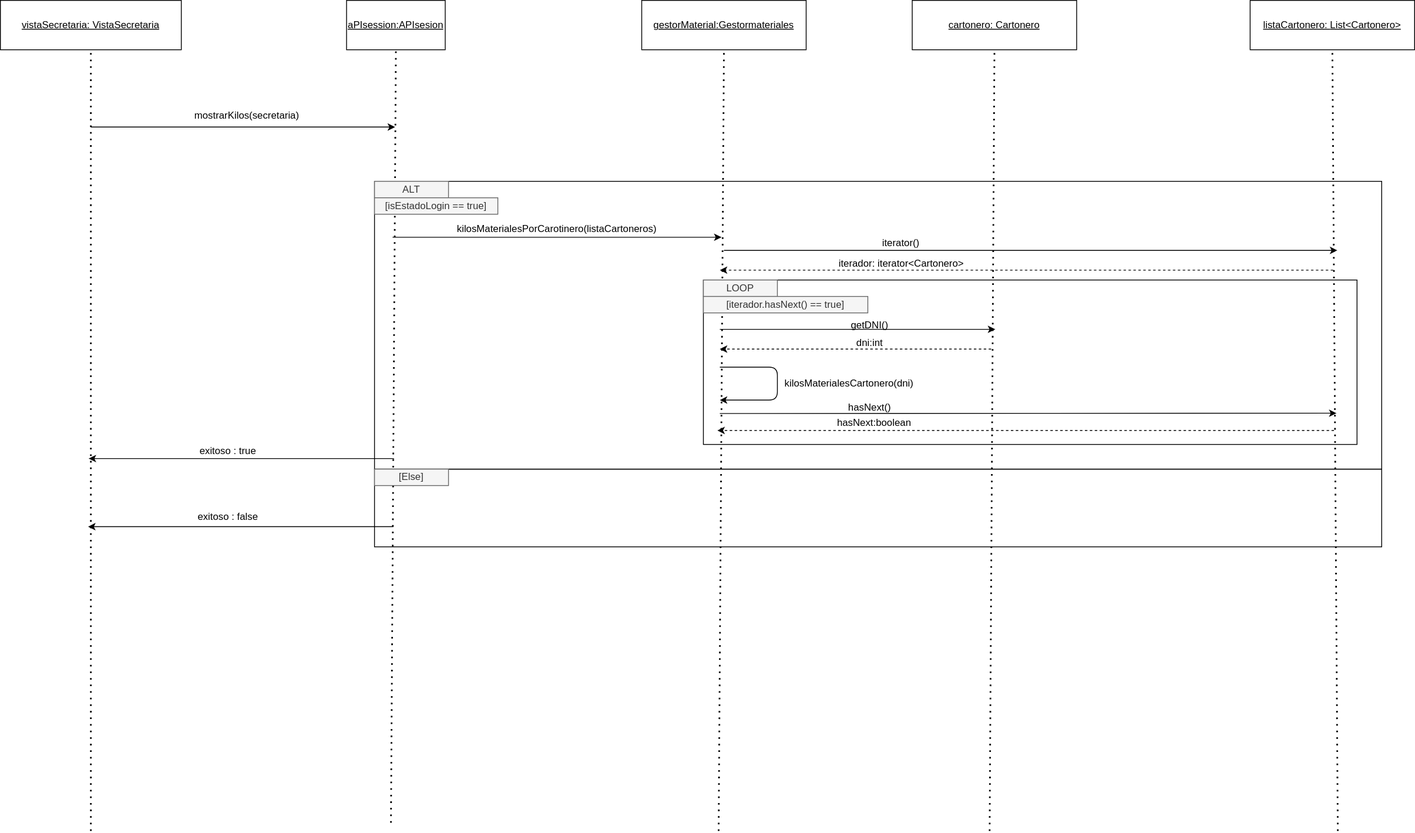
Earlier version of the draw.io export Sprint -2/Entrega/6_Diagramas/Diagrama-Secuencia/listarMateriales.svg (Beltonidas/Trabajo-Especial-MDS-2021). Source tidied: cells renumbered, new cells last; positions are measured from the earlier drawing's top-left corner, leaving out a move shared by most shapes. The source it was exported from:
```xml
<mxGraphModel>
  <root>
    <mxCell id="0" />
    <mxCell id="1" parent="0" />
    <mxCell id="2" style="rounded=0;whiteSpace=wrap;html=1;fillColor=none;" parent="1" vertex="1">
      <mxGeometry x="455" y="570" width="1225" height="94.5" as="geometry" />
    </mxCell>
    <mxCell id="3" style="rounded=0;whiteSpace=wrap;html=1;fillColor=none;" parent="1" vertex="1">
      <mxGeometry x="455" y="220" width="1225" height="350" as="geometry" />
    </mxCell>
    <mxCell id="4" value="&lt;u&gt;aPIsession:APIsesion&lt;/u&gt;" style="rounded=0;whiteSpace=wrap;html=1;" parent="1" vertex="1">
      <mxGeometry x="421" width="120" height="60" as="geometry" />
    </mxCell>
    <mxCell id="5" value="&lt;u&gt;vistaSecretaria: VistaSecretaria&lt;/u&gt;" style="rounded=0;whiteSpace=wrap;html=1;" parent="1" vertex="1">
      <mxGeometry width="220" height="60" as="geometry" />
    </mxCell>
    <mxCell id="6" value="&lt;u&gt;gestorMaterial:Gestormateriales&lt;/u&gt;" style="rounded=0;whiteSpace=wrap;html=1;" parent="1" vertex="1">
      <mxGeometry x="780" width="200" height="60" as="geometry" />
    </mxCell>
    <mxCell id="7" style="endArrow=classic;html=1;" parent="1" edge="1">
      <mxGeometry relative="1" as="geometry">
        <mxPoint x="110" y="154" as="sourcePoint" />
        <mxPoint x="480" y="154" as="targetPoint" />
      </mxGeometry>
    </mxCell>
    <mxCell id="8" value="mostrarKilos(secretaria)" style="text;html=1;strokeColor=none;fillColor=none;align=center;verticalAlign=middle;whiteSpace=wrap;rounded=0;" parent="1" vertex="1">
      <mxGeometry x="230" y="130" width="140" height="20" as="geometry" />
    </mxCell>
    <mxCell id="9" value="&lt;u&gt;cartonero: Cartonero&lt;/u&gt;" style="rounded=0;whiteSpace=wrap;html=1;" parent="1" vertex="1">
      <mxGeometry x="1109" width="200" height="60" as="geometry" />
    </mxCell>
    <mxCell id="10" style="endArrow=none;dashed=1;html=1;dashPattern=1 3;strokeWidth=2;entryX=0.5;entryY=1;entryDx=0;entryDy=0;exitX=0.745;exitY=1;exitDx=0;exitDy=0;exitPerimeter=0;" parent="1" edge="1" target="9">
      <mxGeometry relative="1" as="geometry">
        <mxPoint x="1203.1" y="1010" as="sourcePoint" />
      </mxGeometry>
    </mxCell>
    <mxCell id="11" style="endArrow=classic;html=1;" parent="1" edge="1">
      <mxGeometry relative="1" as="geometry">
        <mxPoint x="477" y="288" as="sourcePoint" />
        <mxPoint x="877" y="288" as="targetPoint" />
      </mxGeometry>
    </mxCell>
    <mxCell id="12" style="endArrow=none;dashed=1;html=1;dashPattern=1 3;strokeWidth=2;entryX=0.5;entryY=1;entryDx=0;entryDy=0;exitX=0.58;exitY=1;exitDx=0;exitDy=0;exitPerimeter=0;" parent="1" edge="1" target="6">
      <mxGeometry relative="1" as="geometry">
        <mxPoint x="873.5" y="1010" as="sourcePoint" />
      </mxGeometry>
    </mxCell>
    <mxCell id="13" value="kilosMaterialesPorCarotinero(listaCartoneros)" style="text;html=1;strokeColor=none;fillColor=none;align=center;verticalAlign=middle;whiteSpace=wrap;rounded=0;" parent="1" vertex="1">
      <mxGeometry x="559" y="268" width="236" height="20" as="geometry" />
    </mxCell>
    <mxCell id="14" style="rounded=0;whiteSpace=wrap;html=1;fillColor=none;" parent="1" vertex="1">
      <mxGeometry x="855" y="340" width="795" height="200" as="geometry" />
    </mxCell>
    <mxCell id="15" value="LOOP" style="text;html=1;strokeColor=#666666;fillColor=#f5f5f5;align=center;verticalAlign=middle;whiteSpace=wrap;rounded=0;fontColor=#333333;" parent="1" vertex="1">
      <mxGeometry x="855" y="340" width="90" height="20" as="geometry" />
    </mxCell>
    <mxCell id="16" value="[iterador.hasNext() == true]" style="text;html=1;strokeColor=#666666;fillColor=#f5f5f5;align=center;verticalAlign=middle;whiteSpace=wrap;rounded=0;fontColor=#333333;" parent="1" vertex="1">
      <mxGeometry x="855" y="360" width="200" height="20" as="geometry" />
    </mxCell>
    <mxCell id="17" style="endArrow=classic;html=1;" parent="1" edge="1">
      <mxGeometry relative="1" as="geometry">
        <mxPoint x="478.7" y="557.2" as="sourcePoint" />
        <mxPoint x="107.3" y="557.2" as="targetPoint" />
      </mxGeometry>
    </mxCell>
    <mxCell id="18" value="exitoso : true" style="text;html=1;strokeColor=none;fillColor=none;align=center;verticalAlign=middle;whiteSpace=wrap;rounded=0;" parent="1" vertex="1">
      <mxGeometry x="159" y="540" width="236" height="15" as="geometry" />
    </mxCell>
    <mxCell id="19" style="endArrow=classic;html=1;" parent="1" edge="1">
      <mxGeometry relative="1" as="geometry">
        <mxPoint x="478" y="640" as="sourcePoint" />
        <mxPoint x="106.6" y="640" as="targetPoint" />
      </mxGeometry>
    </mxCell>
    <mxCell id="20" value="exitoso : false" style="text;html=1;strokeColor=none;fillColor=none;align=center;verticalAlign=middle;whiteSpace=wrap;rounded=0;" parent="1" vertex="1">
      <mxGeometry x="159" y="620" width="236" height="15" as="geometry" />
    </mxCell>
    <mxCell id="21" style="endArrow=none;dashed=1;html=1;dashPattern=1 3;strokeWidth=2;entryX=0.5;entryY=1;entryDx=0;entryDy=0;" parent="1" edge="1" target="4">
      <mxGeometry relative="1" as="geometry">
        <mxPoint x="475" y="1000" as="sourcePoint" />
      </mxGeometry>
    </mxCell>
    <mxCell id="22" style="endArrow=none;dashed=1;html=1;dashPattern=1 3;strokeWidth=2;entryX=0.5;entryY=1;entryDx=0;entryDy=0;" parent="1" edge="1" target="5">
      <mxGeometry relative="1" as="geometry">
        <mxPoint x="110" y="1010" as="sourcePoint" />
      </mxGeometry>
    </mxCell>
    <mxCell id="23" style="endArrow=classic;html=1;" parent="1" edge="1">
      <mxGeometry relative="1" as="geometry">
        <mxPoint x="875" y="446" as="sourcePoint" />
        <mxPoint x="875" y="486" as="targetPoint" />
        <Array as="points">
          <mxPoint x="945" y="446" />
          <mxPoint x="945" y="486" />
        </Array>
      </mxGeometry>
    </mxCell>
    <mxCell id="24" value="kilosMaterialesCartonero(dni)" style="text;html=1;strokeColor=none;fillColor=none;align=center;verticalAlign=middle;whiteSpace=wrap;rounded=0;" parent="1" vertex="1">
      <mxGeometry x="945" y="456" width="175" height="20" as="geometry" />
    </mxCell>
    <mxCell id="25" value="ALT" style="text;html=1;strokeColor=#666666;fillColor=#f5f5f5;align=center;verticalAlign=middle;whiteSpace=wrap;rounded=0;fontColor=#333333;" parent="1" vertex="1">
      <mxGeometry x="455" y="220" width="90" height="20" as="geometry" />
    </mxCell>
    <mxCell id="26" value="[isEstadoLogin == true]" style="text;html=1;strokeColor=#666666;fillColor=#f5f5f5;align=center;verticalAlign=middle;whiteSpace=wrap;rounded=0;fontColor=#333333;" parent="1" vertex="1">
      <mxGeometry x="455" y="240" width="150" height="20" as="geometry" />
    </mxCell>
    <mxCell id="27" value="[Else]" style="text;html=1;strokeColor=#666666;fillColor=#f5f5f5;align=center;verticalAlign=middle;whiteSpace=wrap;rounded=0;fontColor=#333333;" parent="1" vertex="1">
      <mxGeometry x="455" y="570" width="90" height="20" as="geometry" />
    </mxCell>
    <mxCell id="28" value="&lt;u&gt;listaCartonero:&amp;nbsp;&lt;/u&gt;&lt;u&gt;List&amp;lt;Cartonero&amp;gt;&lt;/u&gt;" style="rounded=0;whiteSpace=wrap;html=1;" parent="1" vertex="1">
      <mxGeometry x="1520" width="200" height="60" as="geometry" />
    </mxCell>
    <mxCell id="29" style="endArrow=none;dashed=1;html=1;dashPattern=1 3;strokeWidth=2;entryX=0.5;entryY=1;entryDx=0;entryDy=0;exitX=0.957;exitY=1;exitDx=0;exitDy=0;exitPerimeter=0;" parent="1" edge="1" target="28">
      <mxGeometry relative="1" as="geometry">
        <mxPoint x="1626.6" y="1010" as="sourcePoint" />
      </mxGeometry>
    </mxCell>
    <mxCell id="30" style="endArrow=classic;html=1;" parent="1" edge="1">
      <mxGeometry relative="1" as="geometry">
        <mxPoint x="880" y="304" as="sourcePoint" />
        <mxPoint x="1626" y="304" as="targetPoint" />
        <Array as="points">
          <mxPoint x="1105" y="304" />
          <mxPoint x="1334" y="304" />
        </Array>
      </mxGeometry>
    </mxCell>
    <mxCell id="31" value="iterator()" style="text;html=1;strokeColor=none;fillColor=none;align=center;verticalAlign=middle;whiteSpace=wrap;rounded=0;" parent="1" vertex="1">
      <mxGeometry x="1030" y="290" width="131" height="10" as="geometry" />
    </mxCell>
    <mxCell id="32" style="endArrow=classic;html=1;dashed=1;" parent="1" edge="1">
      <mxGeometry relative="1" as="geometry">
        <mxPoint x="1621" y="328" as="sourcePoint" />
        <mxPoint x="875" y="328" as="targetPoint" />
      </mxGeometry>
    </mxCell>
    <mxCell id="33" value="iterador: iterator&amp;lt;Cartonero&amp;gt;" style="text;html=1;strokeColor=none;fillColor=none;align=center;verticalAlign=middle;whiteSpace=wrap;rounded=0;" parent="1" vertex="1">
      <mxGeometry x="987" y="310" width="218" height="20" as="geometry" />
    </mxCell>
    <mxCell id="34" style="endArrow=classic;html=1;exitX=0.057;exitY=0.782;exitDx=0;exitDy=0;exitPerimeter=0;" parent="1" edge="1">
      <mxGeometry relative="1" as="geometry">
        <mxPoint x="875" y="502.3" as="sourcePoint" />
        <mxPoint x="1625" y="502" as="targetPoint" />
      </mxGeometry>
    </mxCell>
    <mxCell id="35" value="hasNext()" style="text;html=1;strokeColor=none;fillColor=none;align=center;verticalAlign=middle;whiteSpace=wrap;rounded=0;" parent="1" vertex="1">
      <mxGeometry x="992" y="488" width="131" height="14" as="geometry" />
    </mxCell>
    <mxCell id="36" style="endArrow=classic;html=1;dashed=1;" parent="1" edge="1">
      <mxGeometry relative="1" as="geometry">
        <mxPoint x="1622" y="523" as="sourcePoint" />
        <mxPoint x="872" y="523" as="targetPoint" />
      </mxGeometry>
    </mxCell>
    <mxCell id="37" value="hasNext:boolean" style="text;html=1;strokeColor=none;fillColor=none;align=center;verticalAlign=middle;whiteSpace=wrap;rounded=0;" parent="1" vertex="1">
      <mxGeometry x="1003" y="504" width="120" height="20" as="geometry" />
    </mxCell>
    <mxCell id="38" style="endArrow=classic;html=1;" parent="1" edge="1">
      <mxGeometry relative="1" as="geometry">
        <mxPoint x="875" y="400" as="sourcePoint" />
        <mxPoint x="1210" y="400" as="targetPoint" />
      </mxGeometry>
    </mxCell>
    <mxCell id="39" style="endArrow=classic;html=1;dashed=1;" parent="1" edge="1">
      <mxGeometry relative="1" as="geometry">
        <mxPoint x="1205" y="424" as="sourcePoint" />
        <mxPoint x="875" y="424" as="targetPoint" />
      </mxGeometry>
    </mxCell>
    <mxCell id="40" value="getDNI()" style="text;html=1;strokeColor=none;fillColor=none;align=center;verticalAlign=middle;whiteSpace=wrap;rounded=0;" parent="1" vertex="1">
      <mxGeometry x="992" y="388" width="131" height="14" as="geometry" />
    </mxCell>
    <mxCell id="41" value="dni:int" style="text;html=1;strokeColor=none;fillColor=none;align=center;verticalAlign=middle;whiteSpace=wrap;rounded=0;" parent="1" vertex="1">
      <mxGeometry x="992" y="410" width="131" height="14" as="geometry" />
    </mxCell>
  </root>
</mxGraphModel>
```
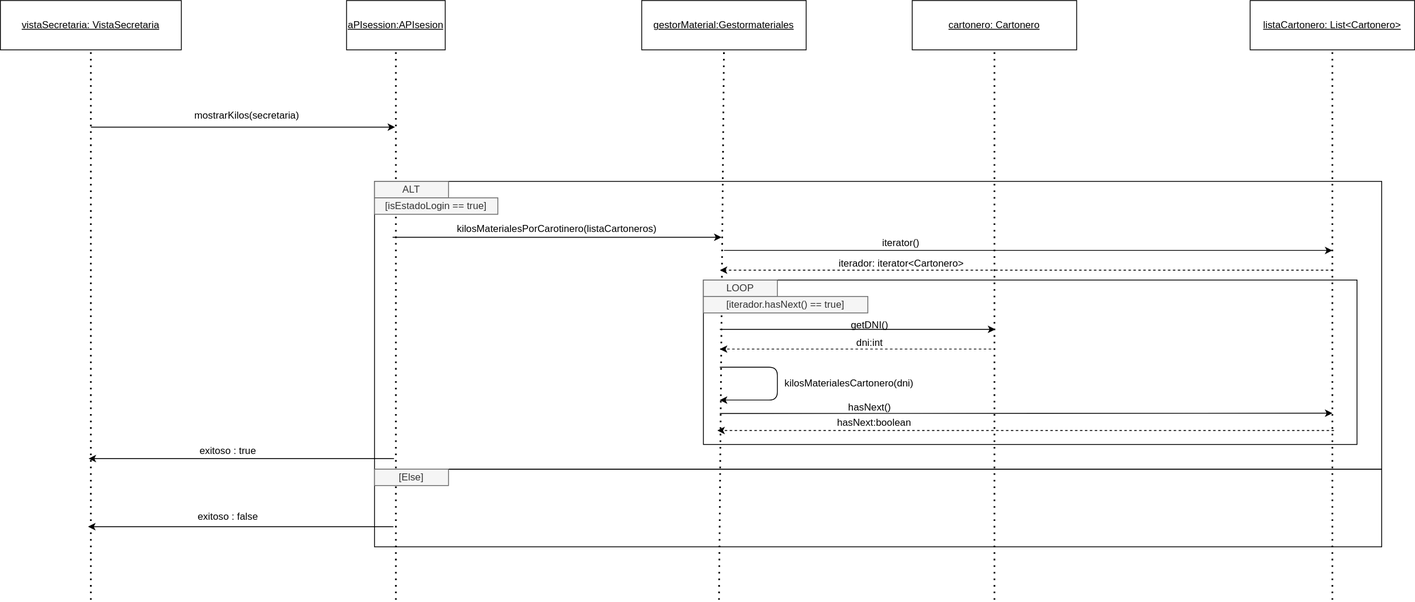
The same file after the commit.

The edit, as a diff of the source:
```diff
@@ -29,9 +29,9 @@
     <mxCell id="9" value="&lt;u&gt;cartonero: Cartonero&lt;/u&gt;" style="rounded=0;whiteSpace=wrap;html=1;" parent="1" vertex="1">
       <mxGeometry x="1109" width="200" height="60" as="geometry" />
     </mxCell>
-    <mxCell id="10" style="endArrow=none;dashed=1;html=1;dashPattern=1 3;strokeWidth=2;entryX=0.5;entryY=1;entryDx=0;entryDy=0;exitX=0.745;exitY=1;exitDx=0;exitDy=0;exitPerimeter=0;" parent="1" edge="1" target="9">
+    <mxCell id="10" style="endArrow=none;dashed=1;html=1;dashPattern=1 3;strokeWidth=2;entryX=0.5;entryY=1;entryDx=0;entryDy=0;" parent="1" edge="1" target="9">
       <mxGeometry relative="1" as="geometry">
-        <mxPoint x="1203.1" y="1010" as="sourcePoint" />
+        <mxPoint x="1209" y="729" as="sourcePoint" />
       </mxGeometry>
     </mxCell>
     <mxCell id="11" style="endArrow=classic;html=1;" parent="1" edge="1">
@@ -40,9 +40,9 @@
         <mxPoint x="877" y="288" as="targetPoint" />
       </mxGeometry>
     </mxCell>
-    <mxCell id="12" style="endArrow=none;dashed=1;html=1;dashPattern=1 3;strokeWidth=2;entryX=0.5;entryY=1;entryDx=0;entryDy=0;exitX=0.58;exitY=1;exitDx=0;exitDy=0;exitPerimeter=0;" parent="1" edge="1" target="6">
+    <mxCell id="12" style="endArrow=none;dashed=1;html=1;dashPattern=1 3;strokeWidth=2;entryX=0.5;entryY=1;entryDx=0;entryDy=0;" parent="1" edge="1" target="6">
       <mxGeometry relative="1" as="geometry">
-        <mxPoint x="873.5" y="1010" as="sourcePoint" />
+        <mxPoint x="874" y="729" as="sourcePoint" />
       </mxGeometry>
     </mxCell>
     <mxCell id="13" value="kilosMaterialesPorCarotinero(listaCartoneros)" style="text;html=1;strokeColor=none;fillColor=none;align=center;verticalAlign=middle;whiteSpace=wrap;rounded=0;" parent="1" vertex="1">
@@ -77,12 +77,12 @@
     </mxCell>
     <mxCell id="21" style="endArrow=none;dashed=1;html=1;dashPattern=1 3;strokeWidth=2;entryX=0.5;entryY=1;entryDx=0;entryDy=0;" parent="1" edge="1" target="4">
       <mxGeometry relative="1" as="geometry">
-        <mxPoint x="475" y="1000" as="sourcePoint" />
+        <mxPoint x="481" y="729" as="sourcePoint" />
       </mxGeometry>
     </mxCell>
     <mxCell id="22" style="endArrow=none;dashed=1;html=1;dashPattern=1 3;strokeWidth=2;entryX=0.5;entryY=1;entryDx=0;entryDy=0;" parent="1" edge="1" target="5">
       <mxGeometry relative="1" as="geometry">
-        <mxPoint x="110" y="1010" as="sourcePoint" />
+        <mxPoint x="110" y="729" as="sourcePoint" />
       </mxGeometry>
     </mxCell>
     <mxCell id="23" style="endArrow=classic;html=1;" parent="1" edge="1">
@@ -110,15 +110,15 @@
     <mxCell id="28" value="&lt;u&gt;listaCartonero:&amp;nbsp;&lt;/u&gt;&lt;u&gt;List&amp;lt;Cartonero&amp;gt;&lt;/u&gt;" style="rounded=0;whiteSpace=wrap;html=1;" parent="1" vertex="1">
       <mxGeometry x="1520" width="200" height="60" as="geometry" />
     </mxCell>
-    <mxCell id="29" style="endArrow=none;dashed=1;html=1;dashPattern=1 3;strokeWidth=2;entryX=0.5;entryY=1;entryDx=0;entryDy=0;exitX=0.957;exitY=1;exitDx=0;exitDy=0;exitPerimeter=0;" parent="1" edge="1" target="28">
+    <mxCell id="29" style="endArrow=none;dashed=1;html=1;dashPattern=1 3;strokeWidth=2;entryX=0.5;entryY=1;entryDx=0;entryDy=0;" parent="1" edge="1" target="28">
       <mxGeometry relative="1" as="geometry">
-        <mxPoint x="1626.6" y="1010" as="sourcePoint" />
+        <mxPoint x="1620" y="729" as="sourcePoint" />
       </mxGeometry>
     </mxCell>
     <mxCell id="30" style="endArrow=classic;html=1;" parent="1" edge="1">
       <mxGeometry relative="1" as="geometry">
         <mxPoint x="880" y="304" as="sourcePoint" />
-        <mxPoint x="1626" y="304" as="targetPoint" />
+        <mxPoint x="1620" y="304" as="targetPoint" />
         <Array as="points">
           <mxPoint x="1105" y="304" />
           <mxPoint x="1334" y="304" />
@@ -140,7 +140,7 @@
     <mxCell id="34" style="endArrow=classic;html=1;exitX=0.057;exitY=0.782;exitDx=0;exitDy=0;exitPerimeter=0;" parent="1" edge="1">
       <mxGeometry relative="1" as="geometry">
         <mxPoint x="875" y="502.3" as="sourcePoint" />
-        <mxPoint x="1625" y="502" as="targetPoint" />
+        <mxPoint x="1620" y="502" as="targetPoint" />
       </mxGeometry>
     </mxCell>
     <mxCell id="35" value="hasNext()" style="text;html=1;strokeColor=none;fillColor=none;align=center;verticalAlign=middle;whiteSpace=wrap;rounded=0;" parent="1" vertex="1">
```
